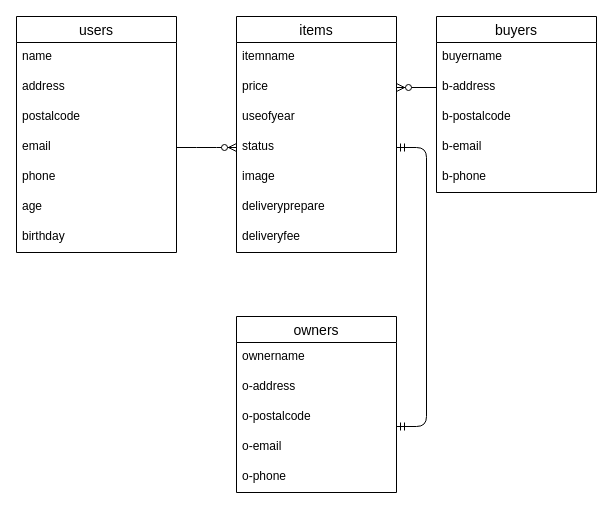
Earlier version of the draw.io diagram er.dio (takuo-maeda/furima-32844). Source tidied: cells renumbered, new cells numbered last; positions are measured from the earlier drawing's top-left corner, leaving out a move shared by most shapes. Both pictures are drawn from the tidied source at 100%, with x=0, y=0 at pixel (16, 16).
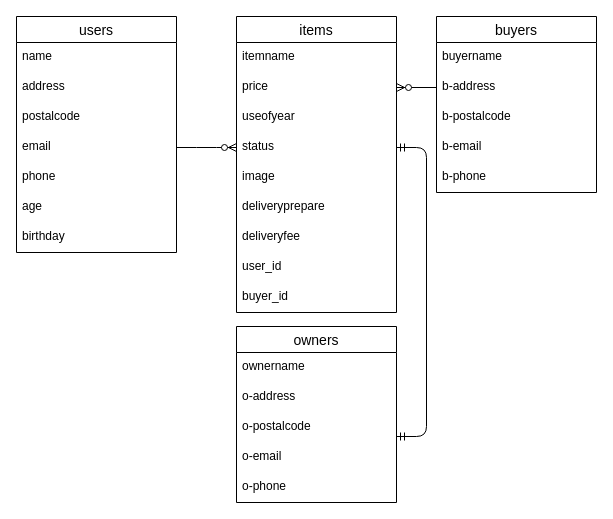
The same page after the edit.

Diff of the diagram source:
```diff
@@
     <mxCell id="10" value="items" style="swimlane;fontStyle=0;horizontal=1;startSize=26;align=center;fontSize=14;" parent="1" vertex="1">
-      <mxGeometry x="220" width="160" height="236" as="geometry" />
+      <mxGeometry x="220" width="160" height="296" as="geometry" />
     </mxCell>
@@
+    <mxCell id="33" value="user_id" style="text;strokeColor=none;fillColor=none;spacingLeft=4;spacingRight=4;overflow=hidden;fontSize=12;" parent="10" vertex="1">
+      <mxGeometry y="236" width="160" height="30" as="geometry" />
+    </mxCell>
+    <mxCell id="34" value="buyer_id" style="text;strokeColor=none;fillColor=none;spacingLeft=4;spacingRight=4;overflow=hidden;fontSize=12;" parent="10" vertex="1">
+      <mxGeometry y="266" width="160" height="30" as="geometry" />
+    </mxCell>
@@
     <mxCell id="24" value="owners" style="swimlane;fontStyle=0;horizontal=1;startSize=26;align=center;fontSize=14;" parent="1" vertex="1">
-      <mxGeometry x="220" y="300" width="160" height="176" as="geometry" />
+      <mxGeometry x="220" y="310" width="160" height="176" as="geometry" />
     </mxCell>
```
